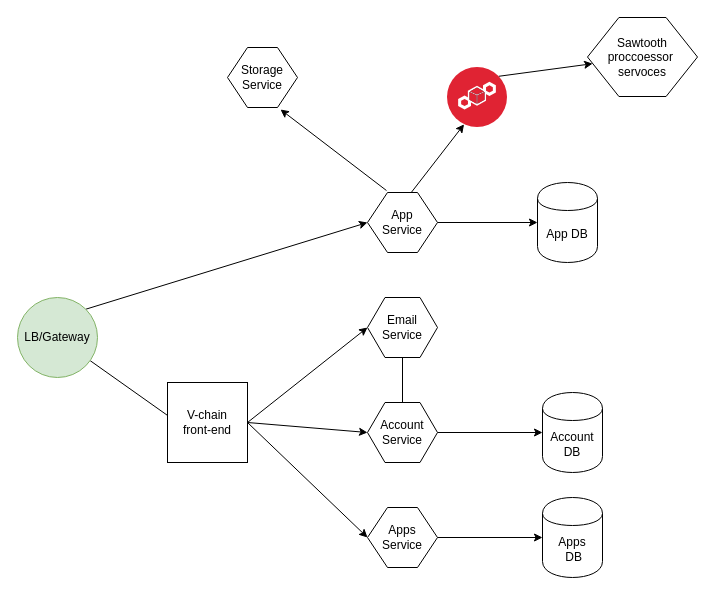
Before: page "architecture" (1 of 2) of v-chain microservices architecture.drawio in NTT-TNN/draw, a draw.io diagram. Source tidied: cells renumbered, new cells numbered last; positions are measured from the earlier drawing's top-left corner, leaving out a move shared by most shapes. Both pictures are drawn from the tidied source at 100%, with x=0, y=0 at pixel (17, 17).
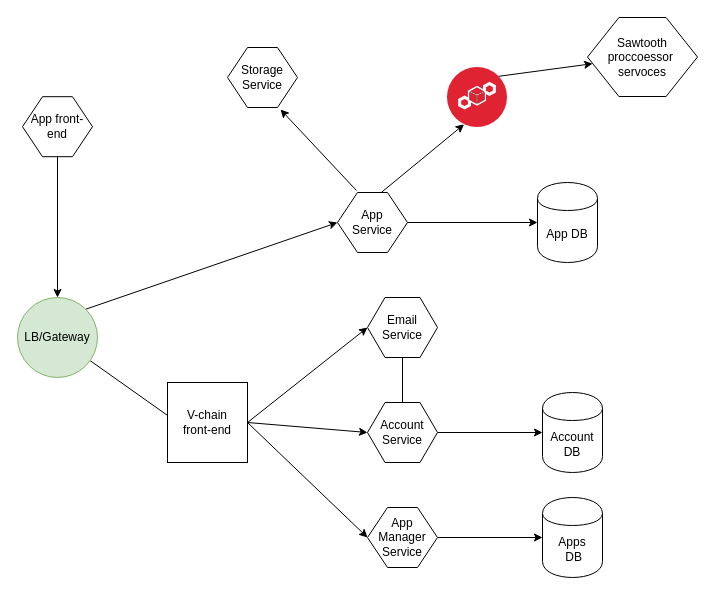
After the change.

Unchanged cells that the change refers to:
```xml
<mxCell id="7" value="LB/Gateway" style="ellipse;whiteSpace=wrap;html=1;fillColor=#d5e8d4;strokeColor=#82b366;" parent="1" vertex="1">
  <mxGeometry y="280" width="80" height="80" as="geometry" />
</mxCell>
```

Diff of the diagram source:
```diff
@@
     <mxCell id="11" value="App&lt;br&gt;Service" style="shape=hexagon;html=1;whiteSpace=wrap;perimeter=hexagonPerimeter;rounded=0;size=0.2857142857142857;" parent="1" vertex="1">
-      <mxGeometry x="350" y="175" width="70" height="60" as="geometry" />
+      <mxGeometry x="320" y="175" width="70" height="60" as="geometry" />
     </mxCell>
@@
-    <mxCell id="21" value="Apps&lt;br&gt;Service" style="shape=hexagon;html=1;whiteSpace=wrap;perimeter=hexagonPerimeter;rounded=0;size=0.2857142857142857;" parent="1" vertex="1">
+    <mxCell id="21" value="App Manager&lt;br&gt;Service" style="shape=hexagon;html=1;whiteSpace=wrap;perimeter=hexagonPerimeter;rounded=0;size=0.2857142857142857;" parent="1" vertex="1">
       <mxGeometry x="350" y="490" width="70" height="60" as="geometry" />
     </mxCell>
@@
+    <mxCell id="26" style="rounded=0;jettySize=auto;html=1;exitX=0.5;exitY=1;exitDx=0;exitDy=0;" parent="1" edge="1" source="27" target="7">
+      <mxGeometry relative="1" as="geometry" />
+    </mxCell>
+    <mxCell id="27" value="App front-end" style="shape=hexagon;html=1;whiteSpace=wrap;perimeter=hexagonPerimeter;rounded=0;size=0.2857142857142857;" parent="1" vertex="1">
+      <mxGeometry x="5" y="79.2" width="70" height="60" as="geometry" />
+    </mxCell>
```
